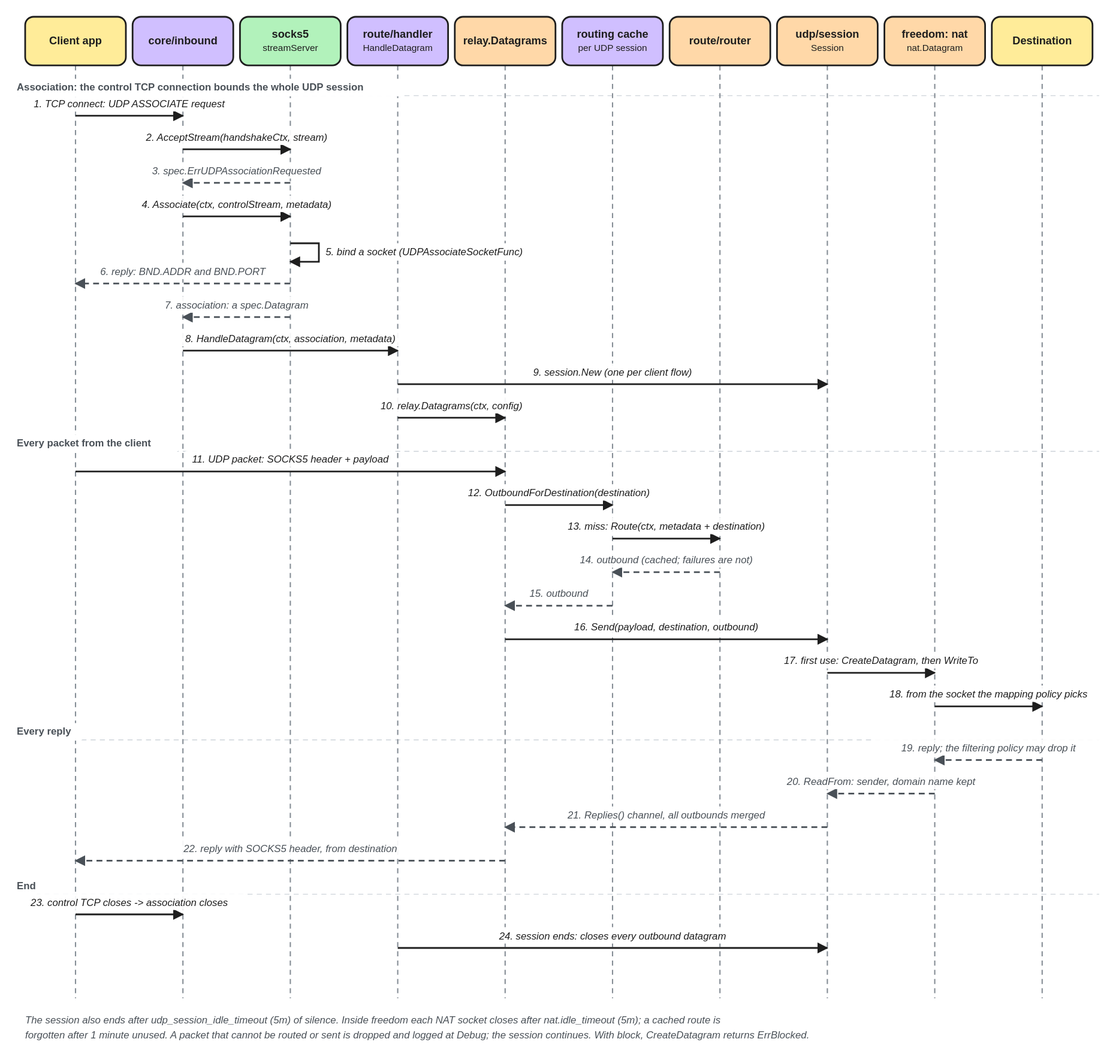
Earlier version of the Excalidraw export docs/assets/diagrams/udp-lifecycle.excalidraw.svg (we-apranik/apranik). Source tidied: one line per element, renumbered; positions are measured from the earlier drawing's top-left corner, leaving out a move shared by most shapes.
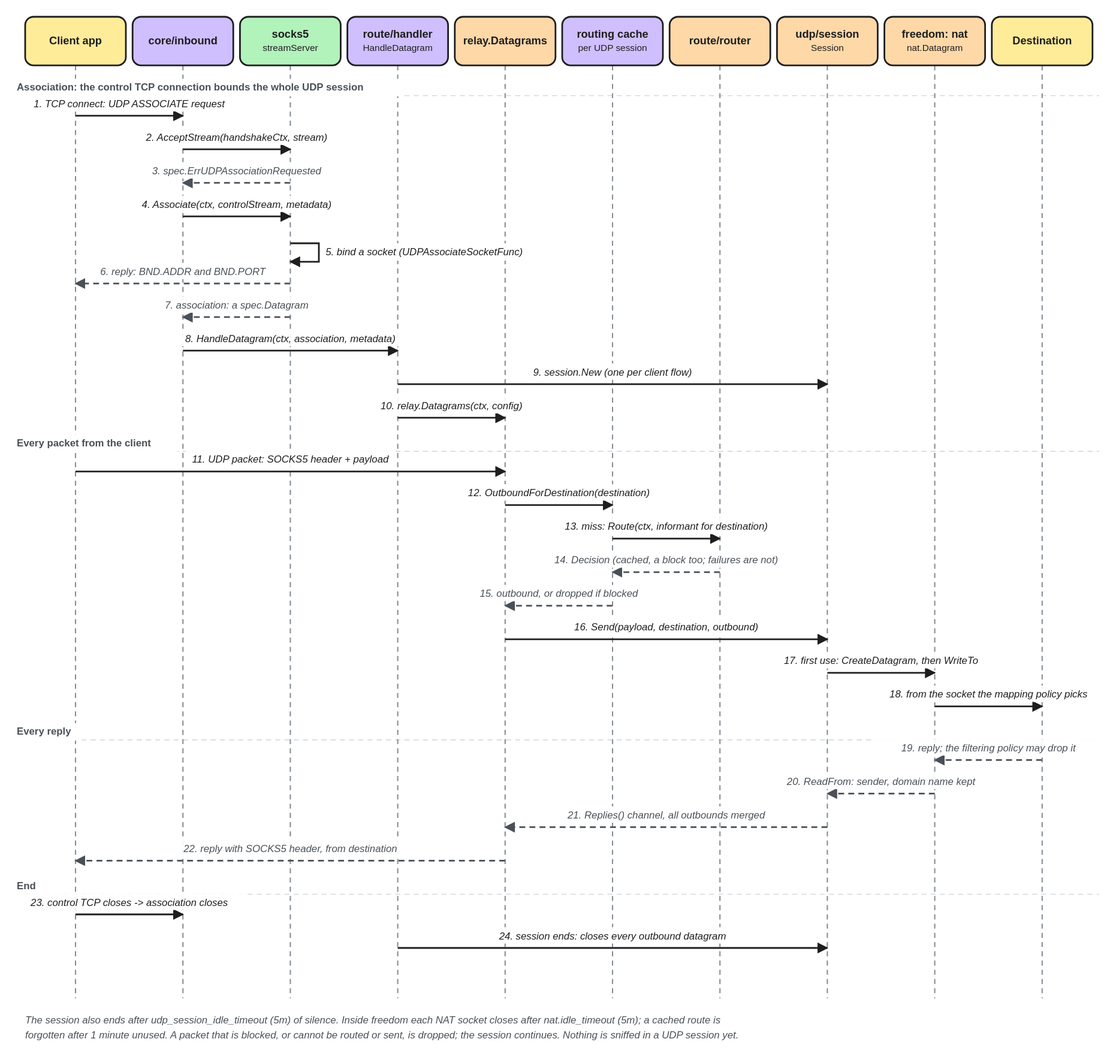
Later version of the same file.

Commit message:
Update the UDP lifecycle for cached decisions and blocks

What changed in the source:
```diff
@@ -56,11 +56,11 @@
 {"id": 55, "type": "arrow", "strokeColor": "#1e1e1e", "strokeWidth": 2, "roughness": 0, "endArrowhead": "arrow", "x": 590, "y": 582, "width": 128, "height": 0, "points": [[0, 0], [128, 0]]}
 {"id": 56, "type": "text", "text": "12. OutboundForDestination(destination)", "strokeColor": "#1e1e1e", "strokeWidth": 2, "roughness": 0, "fontSize": 12, "fontFamily": 2, "textAlign": "center", "verticalAlign": "middle", "x": 528, "y": 559, "width": 253, "height": 15}
 {"id": 57, "type": "arrow", "strokeColor": "#1e1e1e", "strokeWidth": 2, "roughness": 0, "endArrowhead": "arrow", "x": 718, "y": 622, "width": 128, "height": 0, "points": [[0, 0], [128, 0]]}
-{"id": 58, "type": "text", "text": "13. miss: Route(ctx, metadata + destination)", "strokeColor": "#1e1e1e", "strokeWidth": 2, "roughness": 0, "fontSize": 12, "fontFamily": 2, "textAlign": "center", "verticalAlign": "middle", "x": 640, "y": 599, "width": 285, "height": 15}
+{"id": 58, "type": "text", "text": "13. miss: Route(ctx, informant for destination)", "strokeColor": "#1e1e1e", "strokeWidth": 2, "roughness": 0, "fontSize": 12, "fontFamily": 2, "textAlign": "center", "verticalAlign": "middle", "x": 640, "y": 599, "width": 285, "height": 15}
 {"id": 59, "type": "arrow", "strokeColor": "#495057", "strokeWidth": 2, "strokeStyle": "dashed", "roughness": 0, "endArrowhead": "arrow", "x": 846, "y": 662, "width": 128, "height": 0, "points": [[0, 0], [-128, 0]]}
-{"id": 60, "type": "text", "text": "14. outbound (cached; failures are not)", "strokeColor": "#495057", "strokeWidth": 2, "roughness": 0, "fontSize": 12, "fontFamily": 2, "textAlign": "center", "verticalAlign": "middle", "x": 656, "y": 639, "width": 253, "height": 15}
+{"id": 60, "type": "text", "text": "14. Decision (cached, a block too; failures are not)", "strokeColor": "#495057", "strokeWidth": 2, "roughness": 0, "fontSize": 12, "fontFamily": 2, "textAlign": "center", "verticalAlign": "middle", "x": 656, "y": 639, "width": 253, "height": 15}
 {"id": 61, "type": "arrow", "strokeColor": "#495057", "strokeWidth": 2, "strokeStyle": "dashed", "roughness": 0, "endArrowhead": "arrow", "x": 718, "y": 702, "width": 128, "height": 0, "points": [[0, 0], [-128, 0]]}
-{"id": 62, "type": "text", "text": "15. outbound", "strokeColor": "#495057", "strokeWidth": 2, "roughness": 0, "fontSize": 12, "fontFamily": 2, "textAlign": "center", "verticalAlign": "middle", "x": 612, "y": 679, "width": 85, "height": 15}
+{"id": 62, "type": "text", "text": "15. outbound, or dropped if blocked", "strokeColor": "#495057", "strokeWidth": 2, "roughness": 0, "fontSize": 12, "fontFamily": 2, "textAlign": "center", "verticalAlign": "middle", "x": 612, "y": 679, "width": 85, "height": 15}
 {"id": 63, "type": "arrow", "strokeColor": "#1e1e1e", "strokeWidth": 2, "roughness": 0, "endArrowhead": "arrow", "x": 590, "y": 742, "width": 384, "height": 0, "points": [[0, 0], [384, 0]]}
 {"id": 64, "type": "text", "text": "16. Send(payload, destination, outbound)", "strokeColor": "#1e1e1e", "strokeWidth": 2, "roughness": 0, "fontSize": 12, "fontFamily": 2, "textAlign": "center", "verticalAlign": "middle", "x": 652, "y": 719, "width": 260, "height": 15}
 {"id": 65, "type": "arrow", "strokeColor": "#1e1e1e", "strokeWidth": 2, "roughness": 0, "endArrowhead": "arrow", "x": 974, "y": 782, "width": 128, "height": 0, "points": [[0, 0], [128, 0]]}
@@ -85,4 +85,4 @@
 {"id": 84, "type": "text", "text": "Every reply", "strokeColor": "#495057", "strokeWidth": 2, "roughness": 0, "fontSize": 12, "fontFamily": 2, "verticalAlign": "middle", "x": 8, "y": 844, "width": 80, "height": 15}
 {"id": 85, "type": "text", "text": "End", "strokeColor": "#495057", "strokeWidth": 2, "roughness": 0, "fontSize": 12, "fontFamily": 2, "verticalAlign": "middle", "x": 8, "y": 1028, "width": 26, "height": 15}
 {"id": 86, "type": "text", "text": "The session also ends after udp_session_idle_timeout (5m) of silence. Inside freedom each NAT socket closes after nat.idle_timeout (5m); a cached route is", "strokeColor": "#495057", "strokeWidth": 2, "roughness": 0, "fontSize": 12, "fontFamily": 2, "verticalAlign": "middle", "x": 18, "y": 1188, "width": 967, "height": 15}
-{"id": 87, "type": "text", "text": "forgotten after 1 minute unused. A packet that cannot be routed or sent is dropped and logged at Debug; the session continues. With block, CreateDatagram returns ErrBlocked.", "strokeColor": "#495057", "strokeWidth": 2, "roughness": 0, "fontSize": 12, "fontFamily": 2, "verticalAlign": "middle", "x": 18, "y": 1206, "width": 1086, "height": 15}
+{"id": 87, "type": "text", "text": "forgotten after 1 minute unused. A packet that is blocked, or cannot be routed or sent, is dropped; the session continues. Nothing is sniffed in a UDP session yet.", "strokeColor": "#495057", "strokeWidth": 2, "roughness": 0, "fontSize": 12, "fontFamily": 2, "verticalAlign": "middle", "x": 18, "y": 1206, "width": 1086, "height": 15}
```
